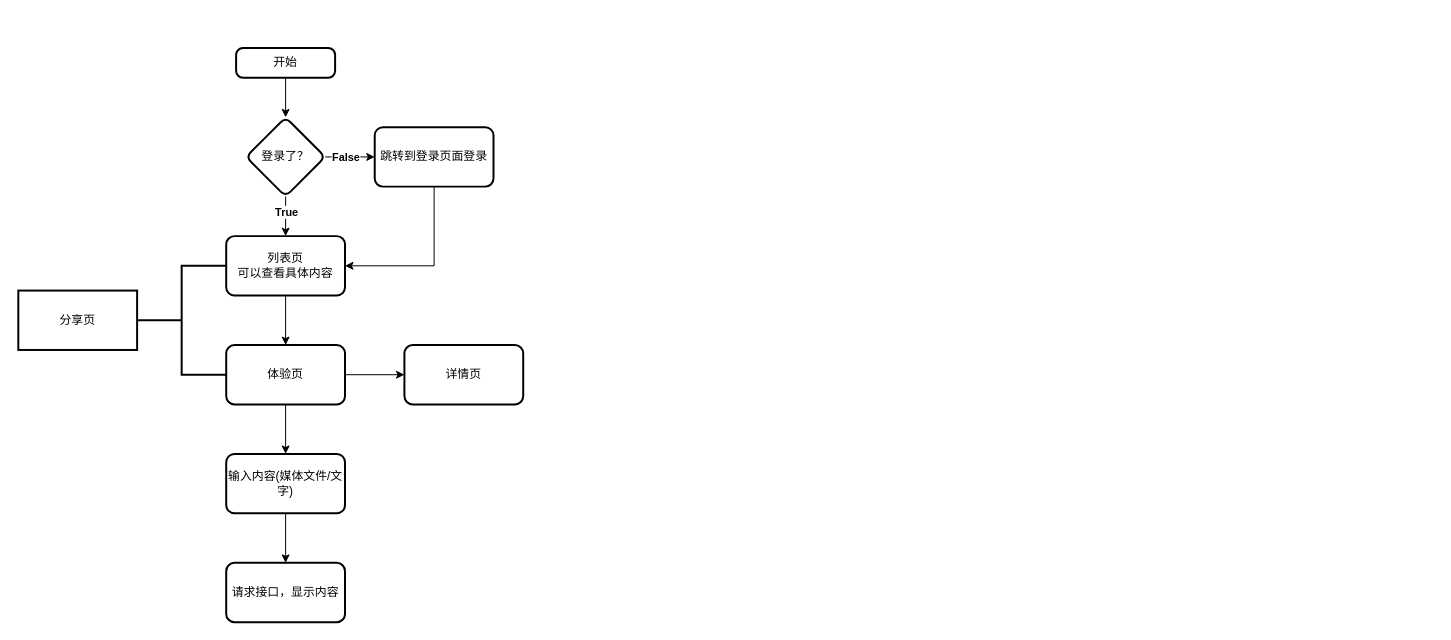
The draw.io diagram ai-xperience-center.drawio in Hhpon/draw.io, before the edit. Source tidied: cells renumbered, new cells numbered last; positions are measured from the earlier drawing's top-left corner, leaving out a move shared by most shapes. Both pictures are drawn from the tidied source at 99%, with x=0, y=0 at pixel (18, 48).
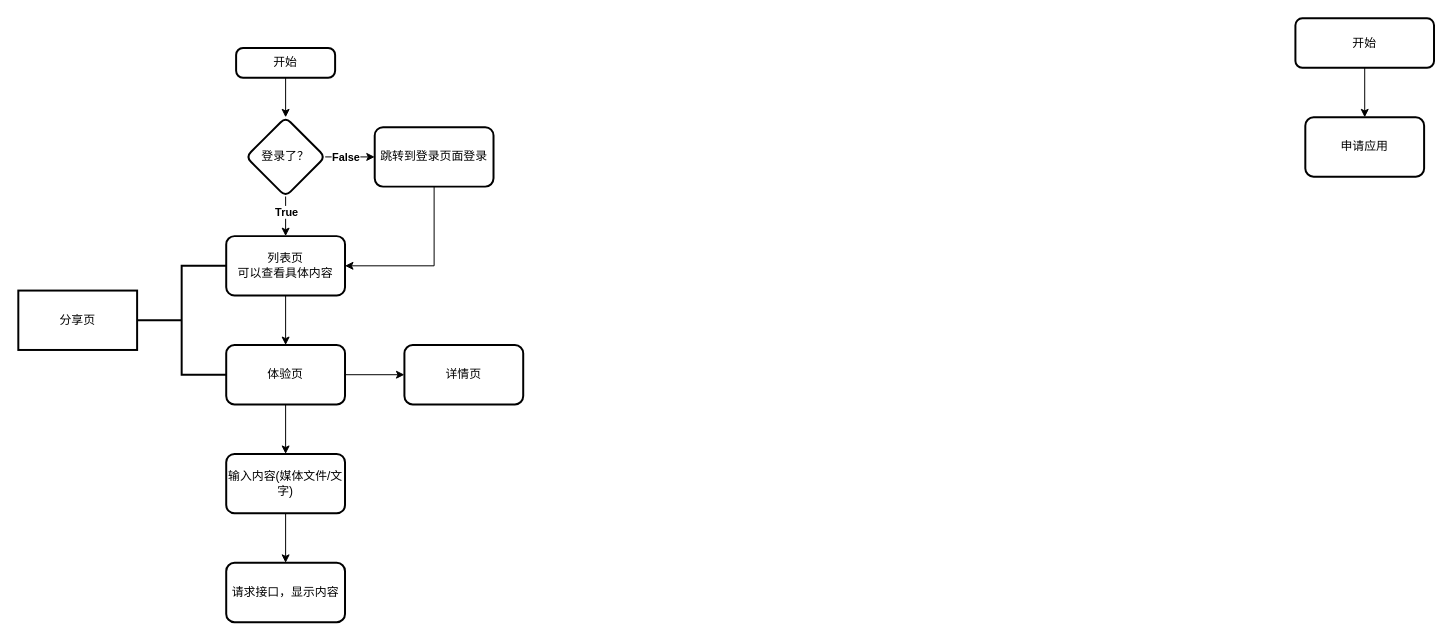
The same diagram, later.

Change to the diagram source:
```diff
@@
+    <mxCell id="22" style="edgeStyle=orthogonalEdgeStyle;rounded=0;jettySize=auto;html=1;" parent="1" edge="1" source="23" target="24">
+      <mxGeometry relative="1" as="geometry" />
+    </mxCell>
+    <mxCell id="23" value="开始" style="rounded=1;whiteSpace=wrap;html=1;absoluteArcSize=1;arcSize=14;strokeWidth=2;" parent="1" vertex="1">
+      <mxGeometry x="1290" y="-30" width="140" height="50" as="geometry" />
+    </mxCell>
+    <mxCell id="24" value="申请应用" style="whiteSpace=wrap;html=1;rounded=1;strokeWidth=2;arcSize=14;" parent="1" vertex="1">
+      <mxGeometry x="1300" y="70" width="120" height="60" as="geometry" />
+    </mxCell>
```
